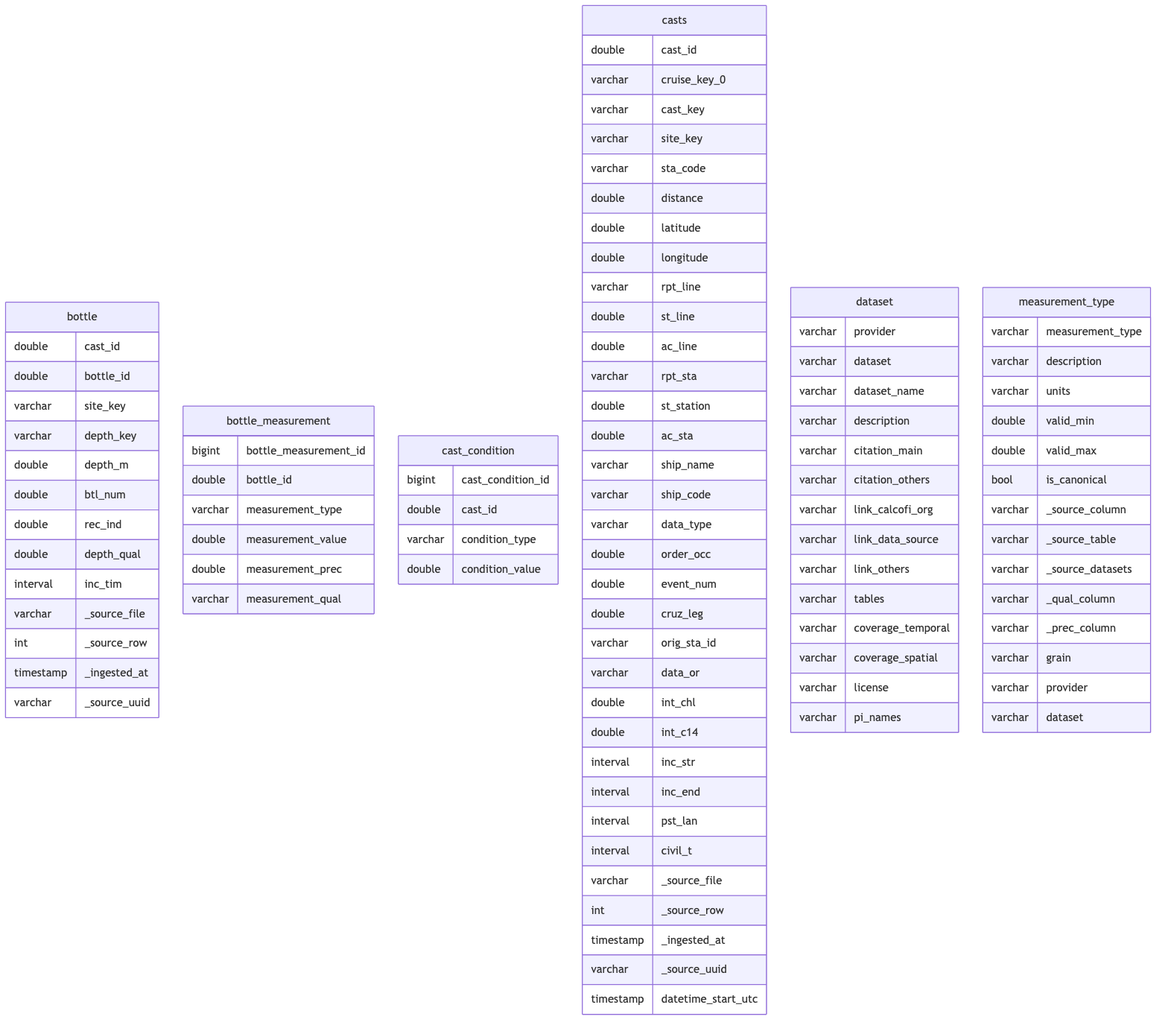
CalCOFI/workflows keeps this Mermaid diagram as _output/ingest_calcofi_bottle_files/figure-html/erd_tbls-1.png. Above is the earlier version. Its source is kept beside it as _output/ingest_calcofi_bottle_files/figure-html/erd_tbls-1.mmd.
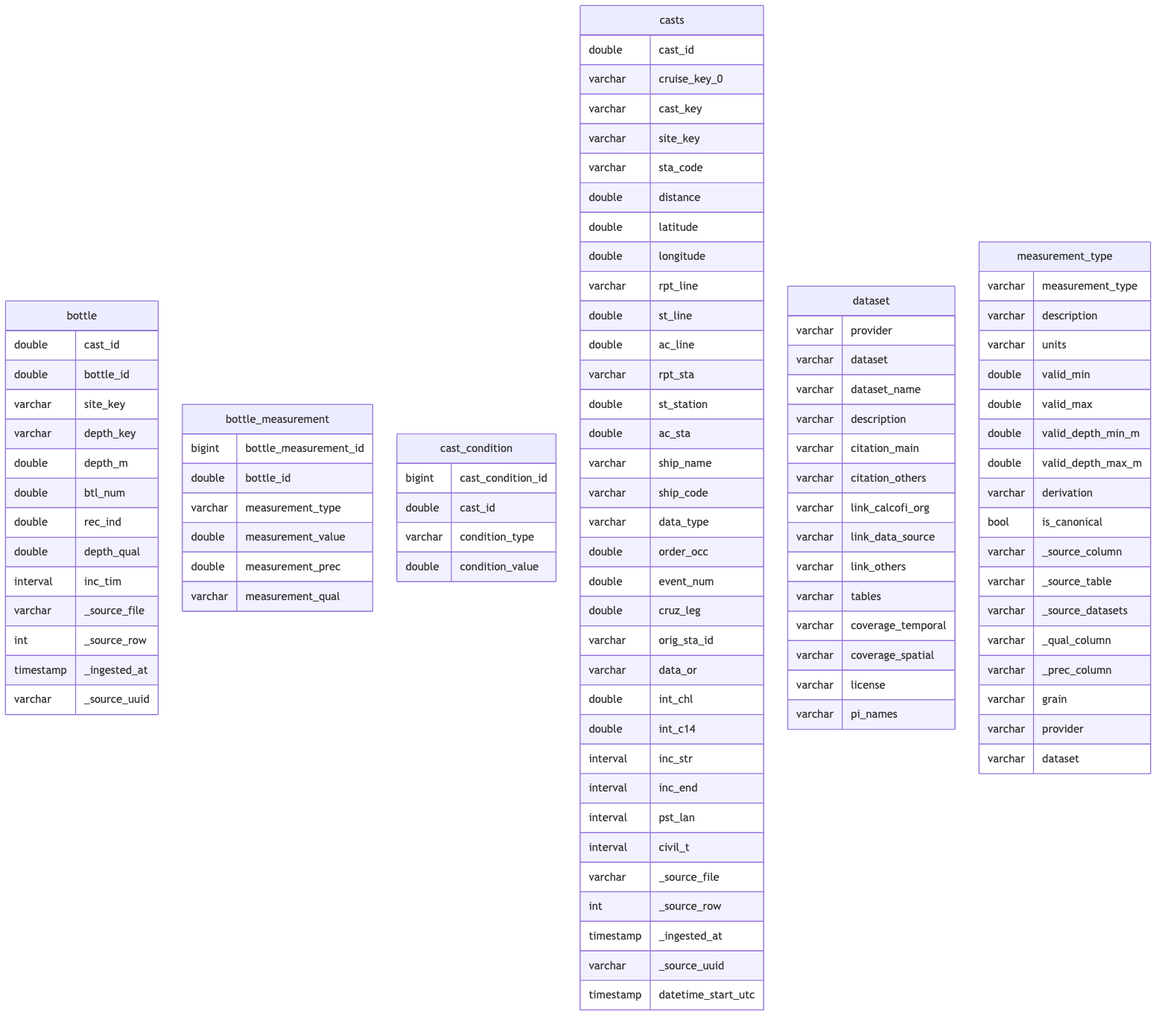
After the change.

What changed in the source:
```diff
@@ -89,6 +89,9 @@
         varchar units
         double valid_min
         double valid_max
+        double valid_depth_min_m
+        double valid_depth_max_m
+        varchar derivation
         bool is_canonical
         varchar _source_column
         varchar _source_table
```
